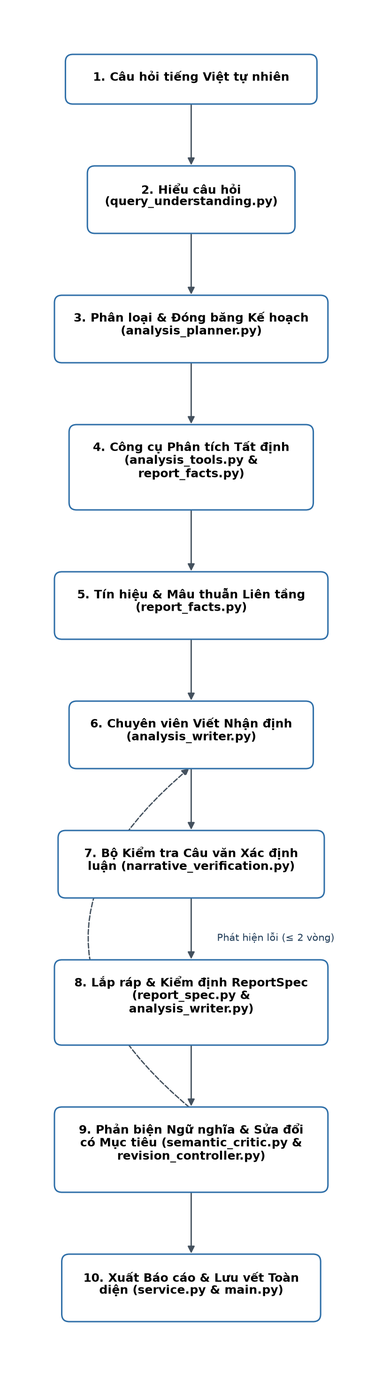
The Mermaid diagram docs/thesis-v2/figures/hinh-4-2-luong-phan-tich-end-to-end.png in thaicuong576/final-thesis, before a commit. Its source is kept beside it as docs/thesis-v2/figures/hinh-4-2-luong-phan-tich-end-to-end.mmd. Source of this version:
```mermaid
flowchart TD
    UserQ(["<b>1. Câu hỏi tiếng Việt tự nhiên</b><br/><i>Ví dụ: 'So sánh nợ xấu và bao phủ nợ xấu của ACB và TCB quý 4/2024'</i>"])

    QU["<b>2. Hiểu câu hỏi (query_understanding.py)</b><br/>• Chuẩn hóa Unicode NFC, casefold<br/>• Bóc tách thực thể (ACB, TCB), kỳ (2024_Q4), chỉ tiêu (NPL, LLR)<br/>• Xác định cờ phân tích: head_to_head, comparison"]

    Plan["<b>3. Phân loại & Đóng băng Kế hoạch (analysis_planner.py)</b><br/>• Phân loại 1 trong 5 dạng: lookup, company_profile, ranking, trend, head_to_head<br/>• LLM đề xuất plan → Code kiểm tra hợp lệ (validate_plan)<br/>• Fallback kế hoạch theo luật (rules_plan) nếu lỗi mạng / đề xuất sai<br/>• <b>Đóng băng AnalysisPlan trước khi gọi dữ liệu</b>"]

    Tools["<b>4. Công cụ Phân tích Tất định (analysis_tools.py & report_facts.py)</b><br/>• Chạy công cụ: head_to_head, peer_position...<br/>• Tính toán 11 loại Fact nguyên tử (value, peer_median, delta, pairwise_gap, lead_count...)<br/>• Mỗi Fact gắn chặt formula_version và input_observation_ids<br/>• Chuẩn bị các cấu trúc Dataset cho biểu đồ"]

    Signals["<b>5. Tín hiệu & Mâu thuẫn Liên tầng (report_facts.py)</b><br/>• Phân loại tín hiệu (above_peers, in_line, below_peers...)<br/>• Phát hiện ứng viên mâu thuẫn (divergent_signals, counter_trend, cross_metric_extreme)"]

    Writers["<b>6. Chuyên viên Viết Nhận định (analysis_writer.py)</b><br/>• Tác tử Company & Sector viết câu nhận định súc tích (≤30 từ)<br/>• <b>Mỗi câu bắt buộc trích dẫn fact_ids</b><br/>• Chép đúng chuỗi hiển thị 'hien_thi', không tự tính, không bịa số"]

    Verifier["<b>7. Bộ Kiểm tra Câu văn Xác định luận (narrative_verification.py)</b><br/>• Quét 11 quy tắc: kiểm tra fact_ids, cấm từ nguyên nhân, cấm khuyến nghị đầu tư,<br/>  khớp kỳ, khớp số lượng, khớp thứ hạng, kiểm tra số với tolerance, chiều xu hướng, chiều so sánh<br/>• <b>Nguyên tắc 'Kiểm, không cấm':</b> Câu sai bị loại riêng rẽ vào DroppedSentence,<br/>  không hủy cả lượt chạy"]

    Assemble["<b>8. Lắp ráp & Kiểm định ReportSpec (report_spec.py & analysis_writer.py)</b><br/>• Lắp ráp các khối: headline, key_points, section, figure (8 loại biểu đồ), callout, table<br/>• Kiểm tra tương thích dataset - chart type và ngân sách khối (tối đa 12 khối)<br/>• Tự động hạ cấp biểu đồ hoặc fallback sang cấu trúc mẫu mặc định"]

    Critic["<b>9. Phản biện Ngữ nghĩa & Sửa đổi có Mục tiêu (semantic_critic.py & revision_controller.py)</b><br/>• Semantic Critic phát hiện câu nói quá, mâu thuẫn liên tầng, chưa trả lời đúng trọng tâm<br/>• Tối đa 2 vòng sửa đổi (Revision) nhắm đúng câu/khối lỗi<br/>• Câu sau sửa đổi bắt buộc chạy lại qua Bộ kiểm tra câu văn"]

    Output(["<b>10. Xuất Báo cáo & Lưu vết Toàn diện (service.py & main.py)</b><br/>• Trả về ReportSpec hoàn chỉnh qua REST hoặc truyền dòng SSE<br/>• Lưu vết chi tiết từng bước TraceStep vào SQLite (ANALYSIS_RUNS_DB_PATH)<br/>• Ghi nhận cả lượt chạy thành công và lượt chạy bị chặn/thất bại"])

    UserQ --> QU --> Plan --> Tools --> Signals --> Writers --> Verifier --> Assemble --> Critic --> Output
    Critic -.->|"Phát hiện lỗi (≤ 2 vòng)"| Writers
```
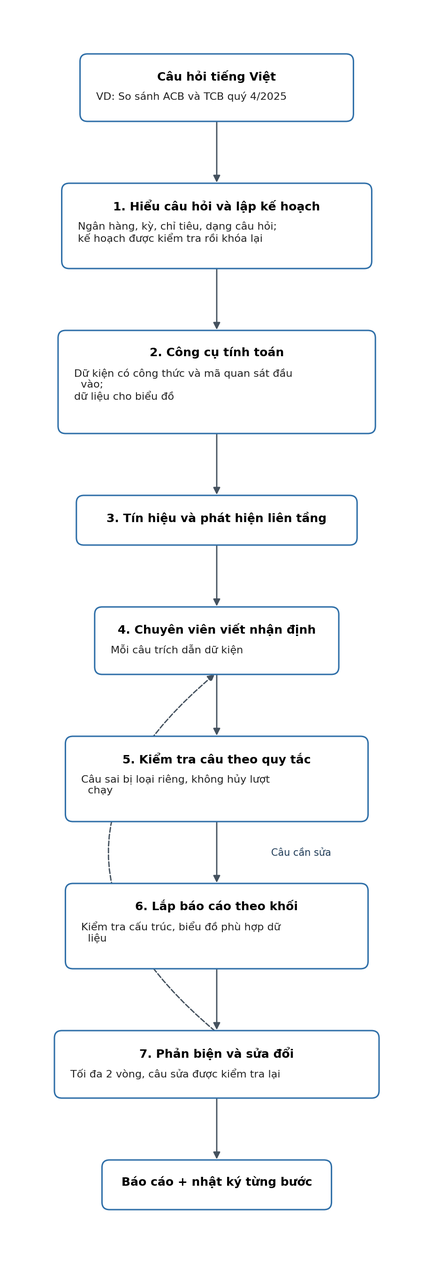
The same file after the commit.

The edit, as a diff of the source:
```diff
@@ -1,23 +1,12 @@
 flowchart TD
-    UserQ(["<b>1. Câu hỏi tiếng Việt tự nhiên</b><br/><i>Ví dụ: 'So sánh nợ xấu và bao phủ nợ xấu của ACB và TCB quý 4/2024'</i>"])
-
-    QU["<b>2. Hiểu câu hỏi (query_understanding.py)</b><br/>• Chuẩn hóa Unicode NFC, casefold<br/>• Bóc tách thực thể (ACB, TCB), kỳ (2024_Q4), chỉ tiêu (NPL, LLR)<br/>• Xác định cờ phân tích: head_to_head, comparison"]
-
-    Plan["<b>3. Phân loại & Đóng băng Kế hoạch (analysis_planner.py)</b><br/>• Phân loại 1 trong 5 dạng: lookup, company_profile, ranking, trend, head_to_head<br/>• LLM đề xuất plan → Code kiểm tra hợp lệ (validate_plan)<br/>• Fallback kế hoạch theo luật (rules_plan) nếu lỗi mạng / đề xuất sai<br/>• <b>Đóng băng AnalysisPlan trước khi gọi dữ liệu</b>"]
-
-    Tools["<b>4. Công cụ Phân tích Tất định (analysis_tools.py & report_facts.py)</b><br/>• Chạy công cụ: head_to_head, peer_position...<br/>• Tính toán 11 loại Fact nguyên tử (value, peer_median, delta, pairwise_gap, lead_count...)<br/>• Mỗi Fact gắn chặt formula_version và input_observation_ids<br/>• Chuẩn bị các cấu trúc Dataset cho biểu đồ"]
-
-    Signals["<b>5. Tín hiệu & Mâu thuẫn Liên tầng (report_facts.py)</b><br/>• Phân loại tín hiệu (above_peers, in_line, below_peers...)<br/>• Phát hiện ứng viên mâu thuẫn (divergent_signals, counter_trend, cross_metric_extreme)"]
-
-    Writers["<b>6. Chuyên viên Viết Nhận định (analysis_writer.py)</b><br/>• Tác tử Company & Sector viết câu nhận định súc tích (≤30 từ)<br/>• <b>Mỗi câu bắt buộc trích dẫn fact_ids</b><br/>• Chép đúng chuỗi hiển thị 'hien_thi', không tự tính, không bịa số"]
-
-    Verifier["<b>7. Bộ Kiểm tra Câu văn Xác định luận (narrative_verification.py)</b><br/>• Quét 11 quy tắc: kiểm tra fact_ids, cấm từ nguyên nhân, cấm khuyến nghị đầu tư,<br/>  khớp kỳ, khớp số lượng, khớp thứ hạng, kiểm tra số với tolerance, chiều xu hướng, chiều so sánh<br/>• <b>Nguyên tắc 'Kiểm, không cấm':</b> Câu sai bị loại riêng rẽ vào DroppedSentence,<br/>  không hủy cả lượt chạy"]
-
-    Assemble["<b>8. Lắp ráp & Kiểm định ReportSpec (report_spec.py & analysis_writer.py)</b><br/>• Lắp ráp các khối: headline, key_points, section, figure (8 loại biểu đồ), callout, table<br/>• Kiểm tra tương thích dataset - chart type và ngân sách khối (tối đa 12 khối)<br/>• Tự động hạ cấp biểu đồ hoặc fallback sang cấu trúc mẫu mặc định"]
-
-    Critic["<b>9. Phản biện Ngữ nghĩa & Sửa đổi có Mục tiêu (semantic_critic.py & revision_controller.py)</b><br/>• Semantic Critic phát hiện câu nói quá, mâu thuẫn liên tầng, chưa trả lời đúng trọng tâm<br/>• Tối đa 2 vòng sửa đổi (Revision) nhắm đúng câu/khối lỗi<br/>• Câu sau sửa đổi bắt buộc chạy lại qua Bộ kiểm tra câu văn"]
-
-    Output(["<b>10. Xuất Báo cáo & Lưu vết Toàn diện (service.py & main.py)</b><br/>• Trả về ReportSpec hoàn chỉnh qua REST hoặc truyền dòng SSE<br/>• Lưu vết chi tiết từng bước TraceStep vào SQLite (ANALYSIS_RUNS_DB_PATH)<br/>• Ghi nhận cả lượt chạy thành công và lượt chạy bị chặn/thất bại"])
-
-    UserQ --> QU --> Plan --> Tools --> Signals --> Writers --> Verifier --> Assemble --> Critic --> Output
-    Critic -.->|"Phát hiện lỗi (≤ 2 vòng)"| Writers
+    Q(["<b>Câu hỏi tiếng Việt</b><br/>VD: So sánh ACB và TCB quý 4/2025"])
+    P["<b>1. Hiểu câu hỏi và lập kế hoạch</b><br/>Ngân hàng, kỳ, chỉ tiêu, dạng câu hỏi;<br/>kế hoạch được kiểm tra rồi khóa lại"]
+    T["<b>2. Công cụ tính toán</b><br/>Dữ kiện có công thức và mã quan sát đầu vào;<br/>dữ liệu cho biểu đồ"]
+    G["<b>3. Tín hiệu và phát hiện liên tầng</b>"]
+    W["<b>4. Chuyên viên viết nhận định</b><br/>Mỗi câu trích dẫn dữ kiện"]
+    V["<b>5. Kiểm tra câu theo quy tắc</b><br/>Câu sai bị loại riêng, không hủy lượt chạy"]
+    A["<b>6. Lắp báo cáo theo khối</b><br/>Kiểm tra cấu trúc, biểu đồ phù hợp dữ liệu"]
+    C["<b>7. Phản biện và sửa đổi</b><br/>Tối đa 2 vòng, câu sửa được kiểm tra lại"]
+    O(["<b>Báo cáo + nhật ký từng bước</b>"])
+    Q --> P --> T --> G --> W --> V --> A --> C --> O
+    C -.->|"Câu cần sửa"| W
```
